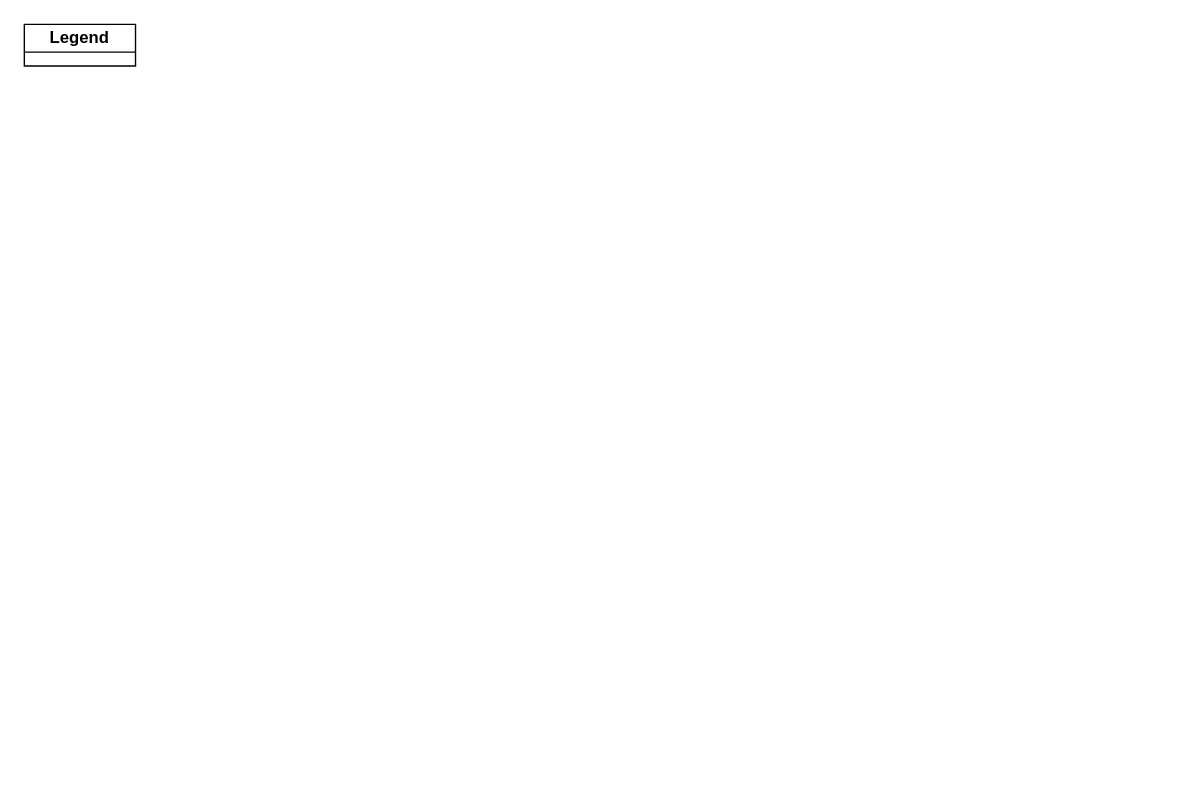
fkie-cad/Logprep keeps this draw.io diagram as doc/source/development/architecture/diagramms/legend.drawio. Above is the earlier version. Source tidied: cells renumbered, new cells numbered last; positions are measured from the earlier drawing's top-left corner, leaving out a move shared by most shapes. Both pictures are drawn from the tidied source at 139%, with x=0, y=0 at pixel (24, 24).
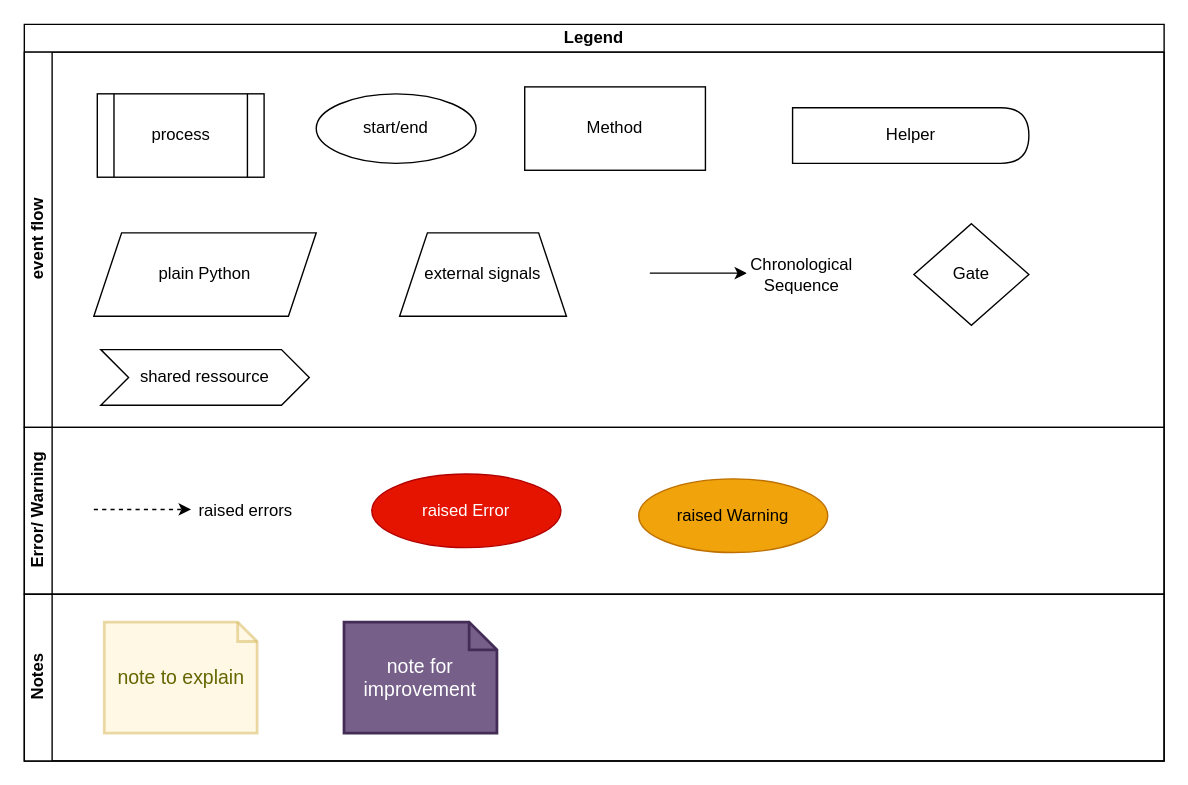
The same page after the edit.

What changed in the source:
```diff
@@
-    <mxCell id="2" value="Legend" style="swimlane;html=1;horizontal=1;startSize=20;whiteSpace=wrap;" parent="1" vertex="1" collapsed="1">
-      <mxGeometry width="80" height="30" as="geometry" />
+    <mxCell id="2" value="Legend" style="swimlane;html=1;horizontal=1;startSize=20;whiteSpace=wrap;" parent="1" vertex="1">
+      <mxGeometry width="820" height="530" as="geometry" />
     </mxCell>
+    <mxCell id="3" value="event flow" style="swimlane;html=1;startSize=20;horizontal=0;" parent="2" vertex="1">
+      <mxGeometry y="20" width="820" height="270" as="geometry" />
+    </mxCell>
+    <mxCell id="4" value="process" style="shape=process;whiteSpace=wrap;html=1;backgroundOutline=1;" parent="3" vertex="1">
+      <mxGeometry x="52.5" y="30" width="120" height="60" as="geometry" />
+    </mxCell>
+    <mxCell id="5" value="start/end" style="ellipse;whiteSpace=wrap;html=1;" parent="3" vertex="1">
+      <mxGeometry x="210" y="30" width="115" height="50" as="geometry" />
+    </mxCell>
+    <mxCell id="6" value="Method" style="whiteSpace=wrap;html=1;rounded=0;" parent="3" vertex="1">
+      <mxGeometry x="360" y="25" width="130" height="60" as="geometry" />
+    </mxCell>
+    <mxCell id="7" value="Gate" style="rhombus;whiteSpace=wrap;html=1;" parent="3" vertex="1">
+      <mxGeometry x="640" y="123.5" width="82.7" height="73" as="geometry" />
+    </mxCell>
+    <mxCell id="8" value="&lt;span style=&quot;font-family: Helvetica; font-size: 12px; font-style: normal; font-variant-ligatures: normal; font-variant-caps: normal; font-weight: 400; letter-spacing: normal; orphans: 2; text-align: center; text-indent: 0px; text-transform: none; widows: 2; word-spacing: 0px; -webkit-text-stroke-width: 0px; text-decoration-thickness: initial; text-decoration-style: initial; text-decoration-color: initial; float: none; display: inline !important;&quot;&gt;Helper&lt;/span&gt;" style="shape=delay;whiteSpace=wrap;html=1;rounded=0;" parent="3" vertex="1">
+      <mxGeometry x="552.7" y="40" width="170" height="40" as="geometry" />
+    </mxCell>
+    <mxCell id="9" value="&lt;span style=&quot;font-family: Helvetica; font-size: 12px; font-style: normal; font-variant-ligatures: normal; font-variant-caps: normal; font-weight: 400; letter-spacing: normal; orphans: 2; text-align: center; text-indent: 0px; text-transform: none; widows: 2; word-spacing: 0px; -webkit-text-stroke-width: 0px; text-decoration-thickness: initial; text-decoration-style: initial; text-decoration-color: initial; float: none; background-color: rgb(255, 255, 255); display: inline !important;&quot;&gt;&lt;font color=&quot;#000000&quot;&gt;plain Python&lt;/font&gt;&lt;/span&gt;" style="shape=parallelogram;perimeter=parallelogramPerimeter;whiteSpace=wrap;html=1;fixedSize=1;" parent="3" vertex="1">
+      <mxGeometry x="50" y="130" width="160" height="60" as="geometry" />
+    </mxCell>
+    <mxCell id="10" value="external signals" style="shape=trapezoid;perimeter=trapezoidPerimeter;whiteSpace=wrap;html=1;fixedSize=1;" parent="3" vertex="1">
+      <mxGeometry x="270" y="130" width="120" height="60" as="geometry" />
+    </mxCell>
+    <mxCell id="11" style="edgeStyle=orthogonalEdgeStyle;rounded=0;jumpStyle=arc;orthogonalLoop=1;jettySize=auto;html=1;fontFamily=Helvetica;fontSize=12;fontColor=#FFFFFF;" parent="3" edge="1">
+      <mxGeometry relative="1" as="geometry">
+        <mxPoint x="450" y="159" as="sourcePoint" />
+        <mxPoint x="520" y="159" as="targetPoint" />
+      </mxGeometry>
+    </mxCell>
+    <mxCell id="12" value="Chronological Sequence" style="text;html=1;strokeColor=none;fillColor=none;align=center;verticalAlign=middle;whiteSpace=wrap;rounded=0;labelBackgroundColor=#FFFFFF;fontFamily=Helvetica;fontSize=12;fontColor=#000000;" parent="3" vertex="1">
+      <mxGeometry x="519" y="145" width="81" height="30" as="geometry" />
+    </mxCell>
+    <mxCell id="13" value="shared ressource" style="shape=step;perimeter=stepPerimeter;whiteSpace=wrap;html=1;fixedSize=1;" parent="3" vertex="1">
+      <mxGeometry x="55" y="214" width="150" height="40" as="geometry" />
+    </mxCell>
+    <mxCell id="14" value="Error/ Warning" style="swimlane;html=1;startSize=20;horizontal=0;" parent="2" vertex="1">
+      <mxGeometry y="290" width="820" height="120" as="geometry" />
+    </mxCell>
+    <mxCell id="15" style="edgeStyle=orthogonalEdgeStyle;rounded=0;jumpStyle=arc;orthogonalLoop=1;jettySize=auto;html=1;fontFamily=Helvetica;fontSize=12;fontColor=#FFFFFF;dashed=1;" parent="14" edge="1">
+      <mxGeometry relative="1" as="geometry">
+        <mxPoint x="50" y="59" as="sourcePoint" />
+        <mxPoint x="120" y="59" as="targetPoint" />
+      </mxGeometry>
+    </mxCell>
+    <mxCell id="16" value="raised errors" style="text;html=1;strokeColor=none;fillColor=none;align=center;verticalAlign=middle;whiteSpace=wrap;rounded=0;labelBackgroundColor=#FFFFFF;fontFamily=Helvetica;fontSize=12;fontColor=#000000;" parent="14" vertex="1">
+      <mxGeometry x="119" y="45" width="81" height="30" as="geometry" />
+    </mxCell>
+    <mxCell id="17" value="raised Error" style="ellipse;whiteSpace=wrap;html=1;fillColor=#e51400;fontColor=#ffffff;strokeColor=#B20000;" parent="14" vertex="1">
+      <mxGeometry x="250" y="33.5" width="136" height="53" as="geometry" />
+    </mxCell>
+    <mxCell id="18" value="raised Warning" style="ellipse;whiteSpace=wrap;html=1;fillColor=#f0a30a;fontColor=#000000;strokeColor=#BD7000;" parent="14" vertex="1">
+      <mxGeometry x="442" y="37" width="136" height="53" as="geometry" />
+    </mxCell>
+    <mxCell id="19" value="Notes" style="swimlane;html=1;startSize=20;horizontal=0;" parent="2" vertex="1">
+      <mxGeometry y="410" width="820" height="120" as="geometry" />
+    </mxCell>
+    <mxCell id="20" value="note to explain" style="shape=note;strokeWidth=2;fontSize=14;size=14;whiteSpace=wrap;html=1;fillColor=#fff2cc;strokeColor=#d6b656;fontColor=#666600;opacity=50;" parent="19" vertex="1">
+      <mxGeometry x="57.5" y="20" width="110" height="80" as="geometry" />
+    </mxCell>
+    <mxCell id="21" value="note for improvement" style="shape=note;strokeWidth=2;fontSize=14;size=20;whiteSpace=wrap;html=1;fillColor=#76608a;strokeColor=#432D57;fontColor=#ffffff;" parent="19" vertex="1">
+      <mxGeometry x="230" y="20" width="110" height="80" as="geometry" />
+    </mxCell>
```
